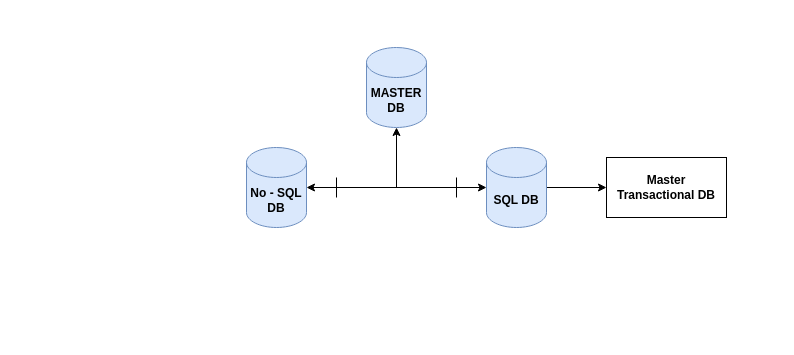
Above: ecommerce-custom.drawio in yatishpro/kartberry (draw.io), before the change. Source tidied: cells renumbered, new cells numbered last; positions are measured from the earlier drawing's top-left corner, leaving out a move shared by most shapes. Both pictures are drawn from the tidied source at 100%, with x=0, y=0 at pixel (246, 47).
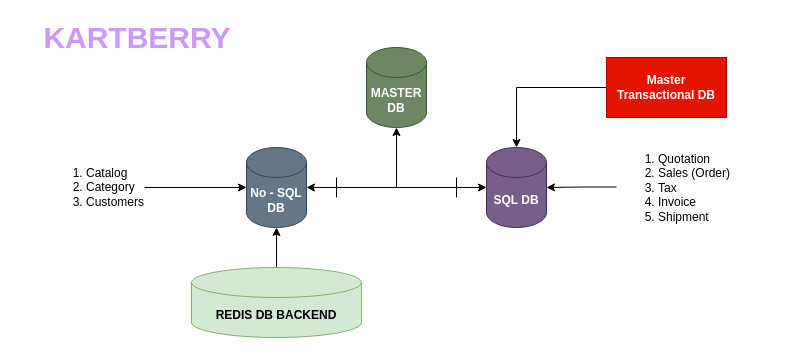
Above is the later version.

Diff of the diagram source:
```diff
@@
 <mxGraphModel>
   <root>
     <mxCell id="0" />
     <mxCell id="1" parent="0" />
-    <mxCell id="2" value="&lt;div&gt;No - SQL&lt;/div&gt;&lt;div&gt;DB&lt;/div&gt;" style="shape=cylinder3;whiteSpace=wrap;html=1;boundedLbl=1;backgroundOutline=1;size=15;fillColor=#dae8fc;strokeColor=#6c8ebf;fontStyle=1;" parent="1" vertex="1">
+    <mxCell id="2" value="&lt;div&gt;No - SQL&lt;/div&gt;&lt;div&gt;DB&lt;/div&gt;" style="shape=cylinder3;whiteSpace=wrap;html=1;boundedLbl=1;backgroundOutline=1;size=15;fillColor=#647687;strokeColor=#314354;fontStyle=1;fontColor=#ffffff;" parent="1" vertex="1">
       <mxGeometry y="100" width="60" height="80" as="geometry" />
     </mxCell>
-    <mxCell id="3" style="edgeStyle=orthogonalEdgeStyle;rounded=0;jettySize=auto;html=1;" parent="1" edge="1" source="4" target="5">
-      <mxGeometry relative="1" as="geometry" />
-    </mxCell>
-    <mxCell id="4" value="&lt;b&gt;SQL DB&lt;br&gt;&lt;/b&gt;" style="shape=cylinder3;whiteSpace=wrap;html=1;boundedLbl=1;backgroundOutline=1;size=15;fillColor=#dae8fc;strokeColor=#6c8ebf;" parent="1" vertex="1">
+    <mxCell id="4" value="&lt;b&gt;SQL DB&lt;br&gt;&lt;/b&gt;" style="shape=cylinder3;whiteSpace=wrap;html=1;boundedLbl=1;backgroundOutline=1;size=15;fillColor=#76608a;strokeColor=#432D57;fontColor=#ffffff;" parent="1" vertex="1">
       <mxGeometry x="240" y="100" width="60" height="80" as="geometry" />
     </mxCell>
+    <mxCell id="11" style="edgeStyle=orthogonalEdgeStyle;rounded=0;jettySize=auto;html=1;" parent="1" edge="1" source="5" target="4">
+      <mxGeometry relative="1" as="geometry" />
+    </mxCell>
-    <mxCell id="5" value="&lt;b&gt;Master Transactional DB&lt;br&gt;&lt;/b&gt;" style="rounded=0;whiteSpace=wrap;html=1;" parent="1" vertex="1">
-      <mxGeometry x="360" y="110" width="120" height="60" as="geometry" />
+    <mxCell id="5" value="&lt;b&gt;Master Transactional DB&lt;br&gt;&lt;/b&gt;" style="rounded=0;whiteSpace=wrap;html=1;fillColor=#e51400;strokeColor=#B20000;fontColor=#ffffff;" parent="1" vertex="1">
+      <mxGeometry x="360" y="10" width="120" height="60" as="geometry" />
     </mxCell>
-    <mxCell id="6" value="&lt;div&gt;&lt;b&gt;MASTER&lt;/b&gt;&lt;/div&gt;&lt;div&gt;&lt;b&gt; DB&lt;/b&gt;&lt;/div&gt;" style="shape=cylinder3;whiteSpace=wrap;html=1;boundedLbl=1;backgroundOutline=1;size=15;fillColor=#dae8fc;strokeColor=#6c8ebf;" parent="1" vertex="1">
+    <mxCell id="6" value="&lt;div&gt;&lt;b&gt;MASTER&lt;/b&gt;&lt;/div&gt;&lt;div&gt;&lt;b&gt; DB&lt;/b&gt;&lt;/div&gt;" style="shape=cylinder3;whiteSpace=wrap;html=1;boundedLbl=1;backgroundOutline=1;size=15;fillColor=#6d8764;strokeColor=#3A5431;fontColor=#ffffff;" parent="1" vertex="1">
       <mxGeometry x="120" width="60" height="80" as="geometry" />
     </mxCell>
     <mxCell id="7" style="edgeStyle=orthogonalEdgeStyle;rounded=0;jettySize=auto;html=1;" parent="1" edge="1" source="10" target="4">
       <mxGeometry relative="1" as="geometry" />
     </mxCell>
     <mxCell id="8" style="edgeStyle=orthogonalEdgeStyle;rounded=0;jettySize=auto;html=1;" parent="1" edge="1" source="10" target="2">
       <mxGeometry relative="1" as="geometry" />
     </mxCell>
     <mxCell id="9" style="edgeStyle=orthogonalEdgeStyle;rounded=0;jettySize=auto;html=1;exitX=0.5;exitY=0.5;exitDx=0;exitDy=0;exitPerimeter=0;" parent="1" edge="1" source="10" target="6">
       <mxGeometry relative="1" as="geometry" />
     </mxCell>
     <mxCell id="10" style="shape=crossbar;whiteSpace=wrap;html=1;rounded=1;" parent="1" vertex="1">
       <mxGeometry x="90" y="130" width="120" height="20" as="geometry" />
     </mxCell>
+    <mxCell id="12" style="edgeStyle=orthogonalEdgeStyle;rounded=0;jettySize=auto;html=1;" parent="1" edge="1" source="13" target="2">
+      <mxGeometry relative="1" as="geometry" />
+    </mxCell>
+    <mxCell id="13" value="&lt;ol&gt;&lt;li&gt;Catalog&lt;/li&gt;&lt;li&gt;Category&lt;/li&gt;&lt;li&gt;Customers&lt;/li&gt;&lt;/ol&gt;" style="text;strokeColor=none;fillColor=none;html=1;whiteSpace=wrap;verticalAlign=middle;overflow=hidden;" parent="1" vertex="1">
+      <mxGeometry x="-202" y="100" width="100" height="80" as="geometry" />
+    </mxCell>
+    <mxCell id="14" style="edgeStyle=orthogonalEdgeStyle;rounded=0;jettySize=auto;html=1;" parent="1" edge="1" source="15" target="4">
+      <mxGeometry relative="1" as="geometry" />
+    </mxCell>
+    <mxCell id="15" value="&lt;ol&gt;&lt;li&gt;Quotation&lt;br&gt;&lt;/li&gt;&lt;li&gt;Sales (Order)&lt;br&gt;&lt;/li&gt;&lt;li&gt;Tax&lt;/li&gt;&lt;li&gt;Invoice&lt;/li&gt;&lt;li&gt;Shipment&lt;/li&gt;&lt;/ol&gt;" style="text;strokeColor=none;fillColor=none;html=1;whiteSpace=wrap;verticalAlign=middle;overflow=hidden;" parent="1" vertex="1">
+      <mxGeometry x="370" y="90" width="161" height="99" as="geometry" />
+    </mxCell>
+    <mxCell id="16" value="&lt;font style=&quot;font-size: 30px&quot;&gt;&lt;b&gt;KARTBERRY&lt;/b&gt;&lt;/font&gt;" style="text;html=1;strokeColor=none;fillColor=none;align=center;verticalAlign=middle;whiteSpace=wrap;rounded=0;fontColor=#CC99FF;" parent="1" vertex="1">
+      <mxGeometry x="-229" y="-30" width="240" height="40" as="geometry" />
+    </mxCell>
+    <mxCell id="17" style="edgeStyle=orthogonalEdgeStyle;rounded=0;jettySize=auto;html=1;fontColor=#CC99FF;" parent="1" edge="1" source="18" target="2">
+      <mxGeometry relative="1" as="geometry" />
+    </mxCell>
+    <mxCell id="18" value="&lt;div&gt;REDIS DB BACKEND&lt;br&gt;&lt;/div&gt;" style="shape=cylinder3;whiteSpace=wrap;html=1;boundedLbl=1;backgroundOutline=1;size=15;fillColor=#d5e8d4;strokeColor=#82b366;fontStyle=1;" parent="1" vertex="1">
+      <mxGeometry x="-55" y="220" width="170" height="70" as="geometry" />
+    </mxCell>
   </root>
 </mxGraphModel>
```
